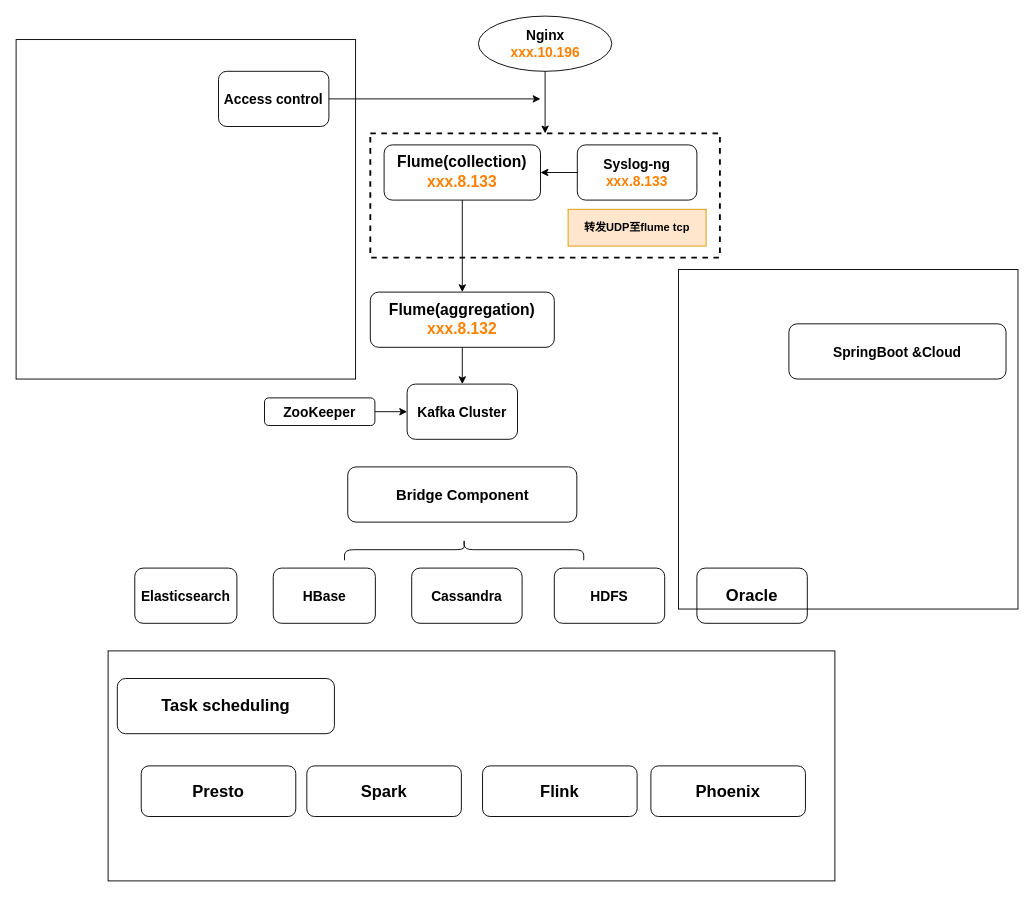
imperio-wxm/draw keeps this draw.io diagram as map/Rt-System-Architecture-UA.drawio. Above is the earlier version. Source tidied: cells renumbered, new cells numbered last; positions are measured from the earlier drawing's top-left corner, leaving out a move shared by most shapes. Both pictures are drawn from the tidied source at 92%, with x=0, y=0 at pixel (16, 16).
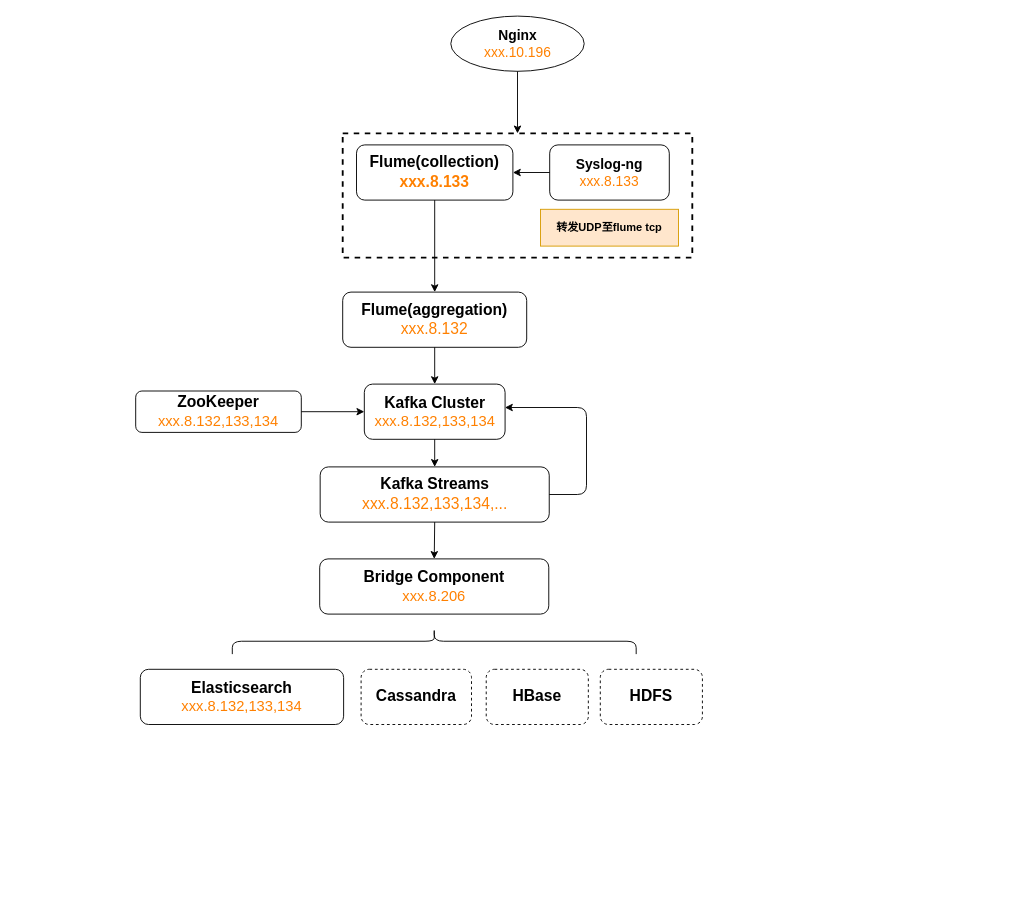
The same diagram, later.

Change to the diagram source:
```diff
@@
-    <mxCell id="2" style="whiteSpace=wrap;html=1;strokeWidth=1;fillColor=none;" parent="1" vertex="1">
-      <mxGeometry y="25.5" width="369" height="369" as="geometry" />
-    </mxCell>
     <mxCell id="3" value="&lt;font style=&quot;font-size: 17px&quot;&gt;&lt;b&gt;Flume(&lt;span&gt;collection&lt;/span&gt;)&lt;br&gt;&lt;font color=&quot;#ff8000&quot; style=&quot;font-size: 17px&quot;&gt;xxx.8.133&lt;/font&gt;&lt;/b&gt;&lt;/font&gt;&lt;br&gt;" style="rounded=1;whiteSpace=wrap;html=1;" parent="1" vertex="1">
-      <mxGeometry x="400" y="140" width="170" height="60" as="geometry" />
+      <mxGeometry x="370" y="140" width="170" height="60" as="geometry" />
     </mxCell>
-    <mxCell id="4" value="&lt;font style=&quot;font-size: 17px&quot;&gt;&lt;b&gt;Flume(&lt;/b&gt;&lt;span&gt;&lt;b&gt;aggregation&lt;/b&gt;&lt;/span&gt;&lt;b&gt;)&lt;br&gt;&lt;font color=&quot;#ff8000&quot;&gt;xxx.8.132&lt;/font&gt;&lt;/b&gt;&lt;/font&gt;&lt;br&gt;" style="rounded=1;whiteSpace=wrap;html=1;" parent="1" vertex="1">
-      <mxGeometry x="385" y="300" width="200" height="60" as="geometry" />
+    <mxCell id="4" value="&lt;font style=&quot;font-size: 17px&quot;&gt;&lt;b&gt;Flume(&lt;/b&gt;&lt;span&gt;&lt;b&gt;aggregation&lt;/b&gt;&lt;/span&gt;&lt;b&gt;)&lt;/b&gt;&lt;br&gt;&lt;font color=&quot;#ff8000&quot;&gt;xxx.8.132&lt;/font&gt;&lt;/font&gt;&lt;br&gt;" style="rounded=1;whiteSpace=wrap;html=1;" parent="1" vertex="1">
+      <mxGeometry x="355" y="300" width="200" height="60" as="geometry" />
     </mxCell>
@@
-    <mxCell id="6" value="&lt;font style=&quot;font-size: 15px&quot;&gt;&lt;b&gt;Nginx&lt;br&gt;&lt;font color=&quot;#ff8000&quot;&gt;xxx.&lt;span&gt;10.196&lt;/span&gt;&lt;/font&gt;&lt;/b&gt;&lt;br&gt;&lt;/font&gt;" style="ellipse;whiteSpace=wrap;html=1;" parent="1" vertex="1">
-      <mxGeometry x="502.5" width="145" height="60" as="geometry" />
-    </mxCell>
-    <mxCell id="7" style="rounded=0;whiteSpace=wrap;html=1;fillColor=none;dashed=1;strokeWidth=2;" parent="1" vertex="1">
-      <mxGeometry x="385" y="127.5" width="380" height="135" as="geometry" />
-    </mxCell>
-    <mxCell id="8" style="group;" parent="1" vertex="1">
-      <mxGeometry x="600" y="140" width="150" height="110" as="geometry" />
-    </mxCell>
+    <mxCell id="34" value="&lt;font style=&quot;font-size: 15px&quot;&gt;&lt;b&gt;Nginx&lt;/b&gt;&lt;br&gt;&lt;font color=&quot;#ff8000&quot;&gt;xxx.10.196&lt;/font&gt;&lt;br&gt;&lt;/font&gt;" style="ellipse;whiteSpace=wrap;html=1;" parent="1" vertex="1">
+      <mxGeometry x="472.5" width="145" height="60" as="geometry" />
+    </mxCell>
+    <mxCell id="35" style="rounded=0;whiteSpace=wrap;html=1;fillColor=none;dashed=1;strokeWidth=2;" parent="1" vertex="1">
+      <mxGeometry x="355" y="127.5" width="380" height="135" as="geometry" />
+    </mxCell>
+    <mxCell id="36" style="group;" parent="1" vertex="1">
+      <mxGeometry x="570" y="140" width="150" height="110" as="geometry" />
+    </mxCell>
-    <mxCell id="9" value="&lt;b style=&quot;font-size: 15px&quot;&gt;Syslog-ng&lt;br&gt;&lt;font color=&quot;#ff8000&quot; style=&quot;font-size: 15px&quot;&gt;xxx.8.133&lt;/font&gt;&lt;/b&gt;" style="rounded=1;whiteSpace=wrap;html=1;" parent="8" vertex="1">
+    <mxCell id="9" value="&lt;span style=&quot;font-size: 15px&quot;&gt;&lt;b&gt;Syslog-ng&lt;/b&gt;&lt;br&gt;&lt;font color=&quot;#ff8000&quot; style=&quot;font-size: 15px&quot;&gt;xxx.8.133&lt;/font&gt;&lt;/span&gt;" style="rounded=1;whiteSpace=wrap;html=1;" parent="36" vertex="1">
       <mxGeometry x="10" width="130" height="60" as="geometry" />
     </mxCell>
-    <mxCell id="10" value="&lt;b&gt;转发UDP至flume tcp&lt;/b&gt;" style="text;html=1;strokeColor=#d79b00;fillColor=#ffe6cc;align=center;verticalAlign=middle;whiteSpace=wrap;rounded=0;" parent="8" vertex="1">
+    <mxCell id="10" value="&lt;b&gt;转发UDP至flume tcp&lt;/b&gt;" style="text;html=1;strokeColor=#d79b00;fillColor=#ffe6cc;align=center;verticalAlign=middle;whiteSpace=wrap;rounded=0;" parent="36" vertex="1">
       <mxGeometry y="70" width="150" height="40" as="geometry" />
     </mxCell>
@@
-    <mxCell id="12" style="endArrow=classic;html=1;exitX=0.5;exitY=1;exitDx=0;exitDy=0;entryX=0.5;entryY=0;entryDx=0;entryDy=0;" parent="1" edge="1" source="6" target="7">
-      <mxGeometry relative="1" as="geometry" />
-    </mxCell>
-    <mxCell id="13" value="&lt;font style=&quot;font-size: 15px&quot;&gt;&lt;b&gt;Kafka Cluster&lt;/b&gt;&lt;/font&gt;" style="rounded=1;whiteSpace=wrap;html=1;strokeWidth=1;fillColor=none;" parent="1" vertex="1">
-      <mxGeometry x="425" y="400" width="120" height="60" as="geometry" />
-    </mxCell>
-    <mxCell id="14" style="endArrow=classic;html=1;exitX=0.5;exitY=1;exitDx=0;exitDy=0;entryX=0.5;entryY=0;entryDx=0;entryDy=0;" parent="1" edge="1" source="4" target="13">
-      <mxGeometry relative="1" as="geometry" />
-    </mxCell>
-    <mxCell id="15" value="&lt;span&gt;&lt;b&gt;&lt;font style=&quot;font-size: 15px&quot;&gt;Elasticsearch&lt;/font&gt;&lt;/b&gt;&lt;/span&gt;&lt;br&gt;" style="rounded=1;whiteSpace=wrap;html=1;strokeWidth=1;fillColor=none;" parent="1" vertex="1">
-      <mxGeometry x="129" y="600" width="111" height="60" as="geometry" />
-    </mxCell>
+    <mxCell id="37" style="endArrow=classic;html=1;exitX=0.5;exitY=1;exitDx=0;exitDy=0;entryX=0.5;entryY=0;entryDx=0;entryDy=0;" parent="1" edge="1" source="34" target="35">
+      <mxGeometry relative="1" as="geometry" />
+    </mxCell>
+    <mxCell id="38" value="&lt;font&gt;&lt;span style=&quot;font-weight: bold ; font-size: 17px&quot;&gt;Kafka Cluster&lt;/span&gt;&lt;br&gt;&lt;font color=&quot;#ff8000&quot; style=&quot;font-size: 16px&quot;&gt;xxx.8.132,133,134&lt;/font&gt;&lt;br&gt;&lt;/font&gt;" style="rounded=1;whiteSpace=wrap;html=1;strokeWidth=1;fillColor=none;" parent="1" vertex="1">
+      <mxGeometry x="378.5" y="400" width="153" height="60" as="geometry" />
+    </mxCell>
+    <mxCell id="39" style="endArrow=classic;html=1;exitX=0.5;exitY=1;exitDx=0;exitDy=0;entryX=0.5;entryY=0;entryDx=0;entryDy=0;" parent="1" edge="1" source="4" target="38">
+      <mxGeometry relative="1" as="geometry" />
+    </mxCell>
+    <mxCell id="40" value="&lt;span&gt;&lt;b&gt;&lt;font&gt;&lt;font style=&quot;font-size: 17px&quot;&gt;Elasticsearch&lt;/font&gt;&lt;br&gt;&lt;/font&gt;&lt;/b&gt;&lt;/span&gt;&lt;font style=&quot;font-size: 16px&quot; color=&quot;#ff8000&quot;&gt;xxx.8.132,133,134&lt;/font&gt;&lt;br&gt;" style="rounded=1;whiteSpace=wrap;html=1;strokeWidth=1;fillColor=none;" parent="1" vertex="1">
+      <mxGeometry x="135" y="710" width="221" height="60" as="geometry" />
+    </mxCell>
-    <mxCell id="16" value="&lt;span&gt;&lt;b&gt;&lt;font style=&quot;font-size: 15px&quot;&gt;Cassandra&lt;/font&gt;&lt;/b&gt;&lt;/span&gt;&lt;br&gt;" style="rounded=1;whiteSpace=wrap;html=1;strokeWidth=1;fillColor=none;" parent="1" vertex="1">
-      <mxGeometry x="430" y="600" width="120" height="60" as="geometry" />
+    <mxCell id="16" value="&lt;span&gt;&lt;b&gt;&lt;font style=&quot;font-size: 17px&quot;&gt;Cassandra&lt;/font&gt;&lt;/b&gt;&lt;/span&gt;&lt;br&gt;" style="rounded=1;whiteSpace=wrap;html=1;strokeWidth=1;fillColor=none;dashed=1;" parent="1" vertex="1">
+      <mxGeometry x="375" y="710" width="120" height="60" as="geometry" />
     </mxCell>
+    <mxCell id="41" style="shape=curlyBracket;whiteSpace=wrap;html=1;rounded=1;strokeWidth=1;fillColor=none;rotation=90;" parent="1" vertex="1">
+      <mxGeometry x="440.5" y="460" width="28" height="439" as="geometry" />
+    </mxCell>
+    <mxCell id="42" value="&lt;font&gt;&lt;b style=&quot;font-size: 17px&quot;&gt;ZooKeeper&lt;br&gt;&lt;/b&gt;&lt;font color=&quot;#ff8000&quot; style=&quot;font-size: 16px&quot;&gt;xxx.8.132,133,134&lt;/font&gt;&lt;b style=&quot;font-size: 17px&quot;&gt;&lt;br&gt;&lt;/b&gt;&lt;/font&gt;" style="rounded=1;whiteSpace=wrap;html=1;strokeWidth=1;fillColor=none;" parent="1" vertex="1">
+      <mxGeometry x="130" y="407.5" width="180" height="45" as="geometry" />
+    </mxCell>
+    <mxCell id="43" style="endArrow=classic;html=1;exitX=1;exitY=0.5;exitDx=0;exitDy=0;entryX=0;entryY=0.5;entryDx=0;entryDy=0;" parent="1" edge="1" source="42" target="38">
+      <mxGeometry relative="1" as="geometry" />
+    </mxCell>
+    <mxCell id="44" value="&lt;font&gt;&lt;b style=&quot;font-size: 17px&quot;&gt;Bridge&amp;nbsp;Component&lt;/b&gt;&lt;br&gt;&lt;font color=&quot;#ff8000&quot; style=&quot;font-size: 16px&quot;&gt;xxx.8.206&lt;/font&gt;&lt;br&gt;&lt;/font&gt;" style="rounded=1;whiteSpace=wrap;html=1;strokeWidth=1;fillColor=none;" parent="1" vertex="1">
+      <mxGeometry x="330" y="590" width="249" height="60" as="geometry" />
+    </mxCell>
+    <mxCell id="45" style="endArrow=classic;html=1;exitX=0.5;exitY=1;exitDx=0;exitDy=0;entryX=0.5;entryY=0;entryDx=0;entryDy=0;" parent="1" edge="1" source="38" target="46">
+      <mxGeometry relative="1" as="geometry" />
+    </mxCell>
+    <mxCell id="28" value="&lt;span&gt;&lt;b&gt;&lt;font style=&quot;font-size: 17px&quot;&gt;HBase&lt;/font&gt;&lt;/b&gt;&lt;/span&gt;&lt;br&gt;" style="rounded=1;whiteSpace=wrap;html=1;strokeWidth=1;fillColor=none;dashed=1;" parent="1" vertex="1">
+      <mxGeometry x="511" y="710" width="111" height="60" as="geometry" />
+    </mxCell>
+    <mxCell id="46" value="&lt;font style=&quot;font-size: 17px&quot;&gt;&lt;b&gt;Kafka Streams&lt;/b&gt;&lt;br&gt;&lt;font color=&quot;#ff8000&quot; style=&quot;font-size: 17px&quot;&gt;xxx.8.132,133,134,...&lt;/font&gt;&lt;br&gt;&lt;/font&gt;" style="rounded=1;whiteSpace=wrap;html=1;strokeWidth=1;fillColor=none;" parent="1" vertex="1">
+      <mxGeometry x="330.5" y="490" width="249" height="60" as="geometry" />
+    </mxCell>
+    <mxCell id="47" style="endArrow=classic;html=1;exitX=0.5;exitY=1;exitDx=0;exitDy=0;entryX=0.5;entryY=0;entryDx=0;entryDy=0;" parent="1" edge="1" source="46" target="44">
+      <mxGeometry relative="1" as="geometry" />
+    </mxCell>
-    <mxCell id="17" value="&lt;span&gt;&lt;b&gt;&lt;font style=&quot;font-size: 15px&quot;&gt;HDFS&lt;/font&gt;&lt;/b&gt;&lt;/span&gt;&lt;br&gt;" style="rounded=1;whiteSpace=wrap;html=1;strokeWidth=1;fillColor=none;" parent="1" vertex="1">
-      <mxGeometry x="585" y="600" width="120" height="60" as="geometry" />
+    <mxCell id="17" value="&lt;span&gt;&lt;b&gt;&lt;font style=&quot;font-size: 17px&quot;&gt;HDFS&lt;/font&gt;&lt;/b&gt;&lt;/span&gt;&lt;br&gt;" style="rounded=1;whiteSpace=wrap;html=1;strokeWidth=1;fillColor=none;dashed=1;" parent="1" vertex="1">
+      <mxGeometry x="635" y="710" width="111" height="60" as="geometry" />
     </mxCell>
-    <mxCell id="18" style="shape=curlyBracket;whiteSpace=wrap;html=1;rounded=1;strokeWidth=1;fillColor=none;rotation=90;" parent="1" vertex="1">
-      <mxGeometry x="475.5" y="450" width="23" height="260" as="geometry" />
-    </mxCell>
-    <mxCell id="19" value="&lt;font style=&quot;font-size: 15px&quot;&gt;&lt;b&gt;ZooKeeper&lt;/b&gt;&lt;/font&gt;" style="rounded=1;whiteSpace=wrap;html=1;strokeWidth=1;fillColor=none;" parent="1" vertex="1">
-      <mxGeometry x="270" y="415" width="120" height="30" as="geometry" />
-    </mxCell>
-    <mxCell id="20" style="endArrow=classic;html=1;exitX=1;exitY=0.5;exitDx=0;exitDy=0;entryX=0;entryY=0.5;entryDx=0;entryDy=0;" parent="1" edge="1" source="19" target="13">
-      <mxGeometry relative="1" as="geometry" />
-    </mxCell>
-    <mxCell id="21" value="&lt;span&gt;&lt;font style=&quot;font-size: 15px&quot;&gt;&lt;b&gt;Access control&lt;/b&gt;&lt;/font&gt;&lt;/span&gt;" style="rounded=1;whiteSpace=wrap;html=1;strokeWidth=1;fillColor=none;" parent="1" vertex="1">
-      <mxGeometry x="220" y="60" width="120" height="60" as="geometry" />
-    </mxCell>
-    <mxCell id="22" style="endArrow=classic;html=1;exitX=1;exitY=0.5;exitDx=0;exitDy=0;" parent="1" edge="1" source="21">
-      <mxGeometry relative="1" as="geometry">
-        <mxPoint x="570" y="90" as="targetPoint" />
-      </mxGeometry>
-    </mxCell>
-    <mxCell id="23" style="whiteSpace=wrap;html=1;strokeWidth=1;fillColor=none;" parent="1" vertex="1">
-      <mxGeometry x="720" y="275.5" width="369" height="369" as="geometry" />
-    </mxCell>
-    <mxCell id="24" value="&lt;font style=&quot;font-size: 15px&quot;&gt;&lt;b&gt;SpringBoot &amp;amp;Cloud&lt;/b&gt;&lt;/font&gt;" style="rounded=1;whiteSpace=wrap;html=1;strokeWidth=1;fillColor=none;" parent="1" vertex="1">
-      <mxGeometry x="840" y="334.5" width="236" height="60" as="geometry" />
-    </mxCell>
-    <mxCell id="25" value="&lt;font style=&quot;font-size: 16px&quot;&gt;&lt;b&gt;Bridge&amp;nbsp;&lt;span&gt;Component&lt;/span&gt;&lt;/b&gt;&lt;/font&gt;" style="rounded=1;whiteSpace=wrap;html=1;strokeWidth=1;fillColor=none;" parent="1" vertex="1">
-      <mxGeometry x="360.5" y="490" width="249" height="60" as="geometry" />
-    </mxCell>
-    <mxCell id="26" style="rounded=0;whiteSpace=wrap;html=1;strokeWidth=1;fillColor=none;" parent="1" vertex="1">
-      <mxGeometry x="100" y="690" width="790" height="250" as="geometry" />
-    </mxCell>
-    <mxCell id="27" value="&lt;span&gt;&lt;font style=&quot;font-size: 18px&quot;&gt;&lt;b&gt;Task scheduling&lt;/b&gt;&lt;/font&gt;&lt;/span&gt;&lt;br&gt;" style="rounded=1;whiteSpace=wrap;html=1;strokeWidth=1;fillColor=none;" parent="1" vertex="1">
-      <mxGeometry x="110" y="720" width="236" height="60" as="geometry" />
-    </mxCell>
-    <mxCell id="28" value="&lt;span&gt;&lt;b&gt;&lt;font style=&quot;font-size: 15px&quot;&gt;HBase&lt;/font&gt;&lt;/b&gt;&lt;/span&gt;&lt;br&gt;" style="rounded=1;whiteSpace=wrap;html=1;strokeWidth=1;fillColor=none;" parent="1" vertex="1">
-      <mxGeometry x="279.5" y="600" width="111" height="60" as="geometry" />
-    </mxCell>
-    <mxCell id="29" value="&lt;span&gt;&lt;font style=&quot;font-size: 18px&quot;&gt;&lt;b&gt;Presto&lt;/b&gt;&lt;/font&gt;&lt;/span&gt;&lt;br&gt;" style="rounded=1;whiteSpace=wrap;html=1;strokeWidth=1;fillColor=none;" parent="1" vertex="1">
-      <mxGeometry x="136" y="815" width="168" height="55" as="geometry" />
-    </mxCell>
-    <mxCell id="30" value="&lt;span&gt;&lt;font style=&quot;font-size: 18px&quot;&gt;&lt;b&gt;Spark&lt;/b&gt;&lt;/font&gt;&lt;/span&gt;&lt;br&gt;" style="rounded=1;whiteSpace=wrap;html=1;strokeWidth=1;fillColor=none;" parent="1" vertex="1">
-      <mxGeometry x="316" y="815" width="168" height="55" as="geometry" />
-    </mxCell>
-    <mxCell id="31" value="&lt;span&gt;&lt;font style=&quot;font-size: 18px&quot;&gt;&lt;b&gt;Flink&lt;/b&gt;&lt;/font&gt;&lt;/span&gt;&lt;br&gt;" style="rounded=1;whiteSpace=wrap;html=1;strokeWidth=1;fillColor=none;" parent="1" vertex="1">
-      <mxGeometry x="507" y="815" width="168" height="55" as="geometry" />
-    </mxCell>
-    <mxCell id="32" value="&lt;span&gt;&lt;font style=&quot;font-size: 18px&quot;&gt;&lt;b&gt;Phoenix&lt;/b&gt;&lt;/font&gt;&lt;/span&gt;&lt;br&gt;" style="rounded=1;whiteSpace=wrap;html=1;strokeWidth=1;fillColor=none;" parent="1" vertex="1">
-      <mxGeometry x="690" y="815" width="168" height="55" as="geometry" />
-    </mxCell>
-    <mxCell id="33" value="&lt;span&gt;&lt;b&gt;&lt;font style=&quot;font-size: 18px&quot;&gt;Oracle&lt;/font&gt;&lt;/b&gt;&lt;/span&gt;&lt;br&gt;" style="rounded=1;whiteSpace=wrap;html=1;strokeWidth=1;fillColor=none;" parent="1" vertex="1">
-      <mxGeometry x="740" y="600" width="120" height="60" as="geometry" />
-    </mxCell>
+    <mxCell id="48" style="edgeStyle=elbowEdgeStyle;elbow=horizontal;endArrow=classic;html=1;exitX=1;exitY=0.5;exitDx=0;exitDy=0;entryX=0.999;entryY=0.424;entryDx=0;entryDy=0;entryPerimeter=0;" parent="1" edge="1" source="46" target="38">
+      <mxGeometry relative="1" as="geometry">
+        <Array as="points">
+          <mxPoint x="620" y="460" />
+        </Array>
+      </mxGeometry>
+    </mxCell>
```
